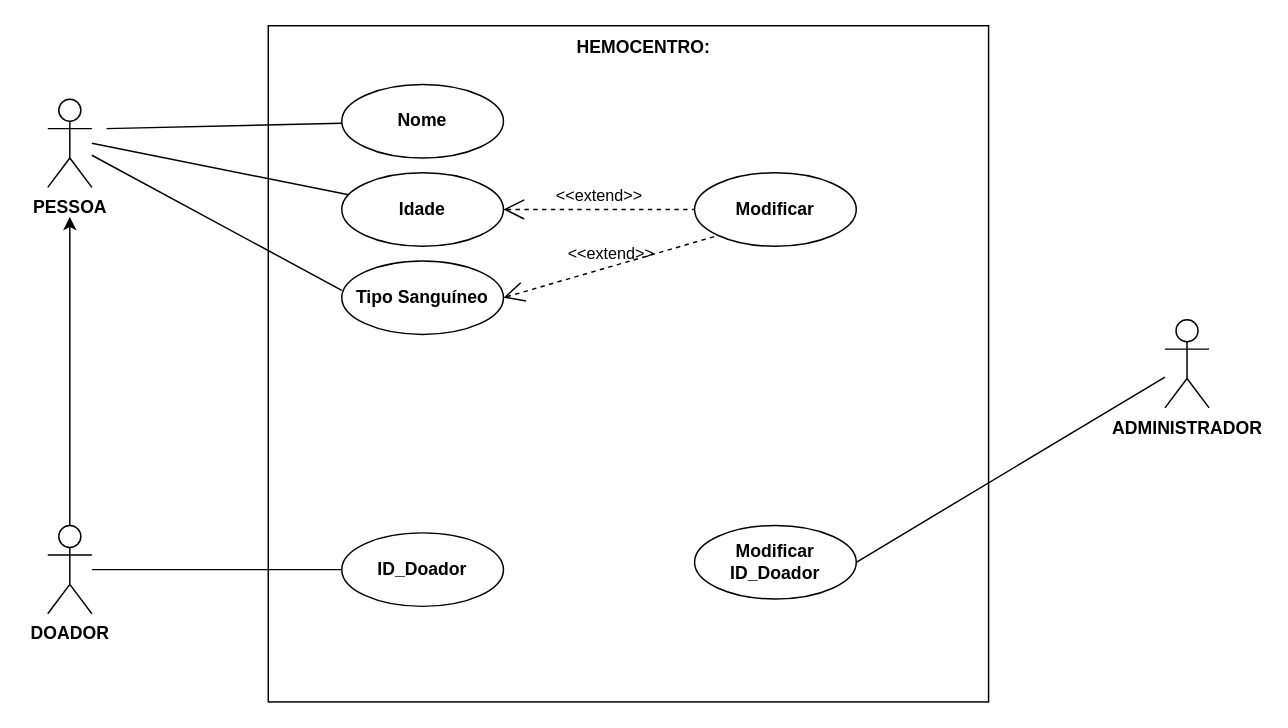
Before: UML.drawio in Geraldinhozinho/Alana-e-Geraldo, a draw.io diagram. Source tidied: cells renumbered, new cells numbered last; positions are measured from the earlier drawing's top-left corner, leaving out a move shared by most shapes. Both pictures are drawn from the tidied source at 147%, with x=0, y=0 at pixel (47, 25).
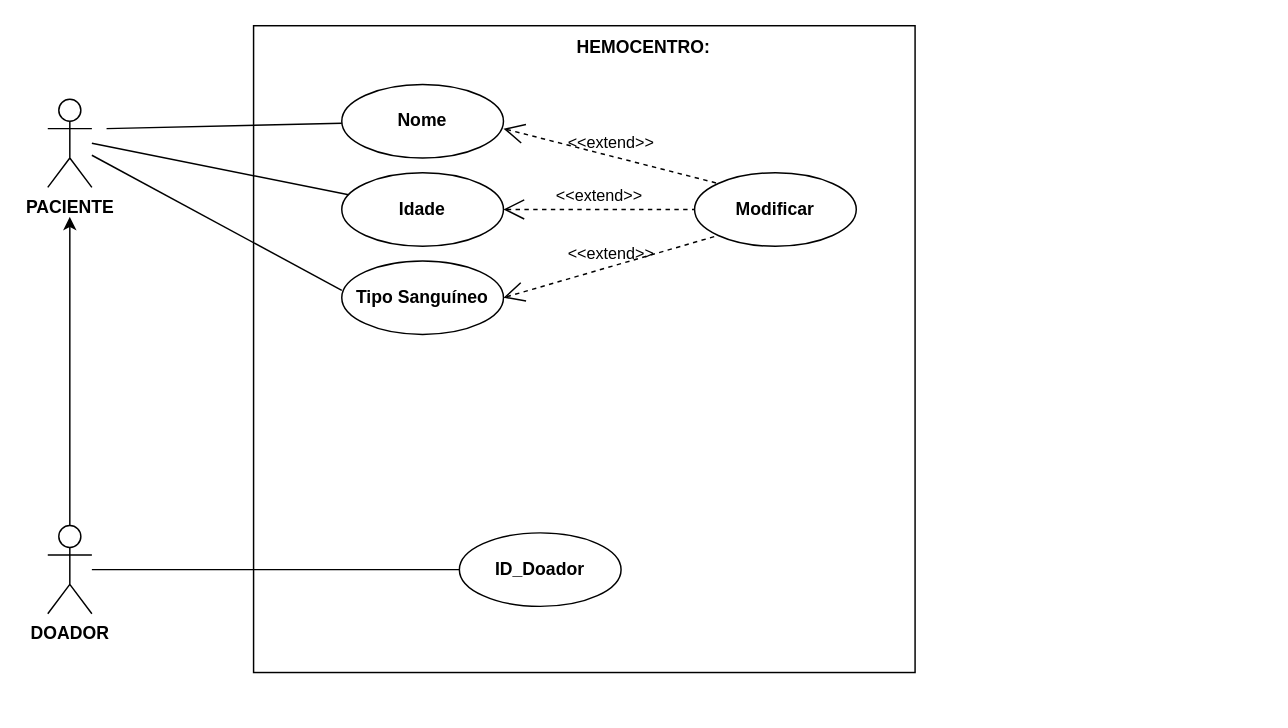
The same page after the edit.

Commit message:
MODIFIQUEI O ID DO DOADOR

UML.drawio

Unchanged cells that the change refers to:
```xml
<mxCell id="14" value="&lt;b&gt;Modificar&lt;/b&gt;" style="ellipse;whiteSpace=wrap;html=1;" parent="1" vertex="1">
  <mxGeometry x="440" y="100" width="110" height="50" as="geometry" />
</mxCell>
```

Diff of the diagram source:
```diff
@@
     <mxCell id="2" style="rounded=0;whiteSpace=wrap;html=1;fillColor=none;" parent="1" vertex="1">
-      <mxGeometry x="150" width="490" height="460" as="geometry" />
+      <mxGeometry x="140" width="450" height="440" as="geometry" />
     </mxCell>
-    <mxCell id="3" value="&lt;b&gt;PESSOA&lt;/b&gt;" style="shape=umlActor;verticalLabelPosition=bottom;verticalAlign=top;html=1;outlineConnect=0;" parent="1" vertex="1">
+    <mxCell id="3" value="&lt;b&gt;PACIENTE&lt;/b&gt;" style="shape=umlActor;verticalLabelPosition=bottom;verticalAlign=top;html=1;outlineConnect=0;" parent="1" vertex="1">
       <mxGeometry y="50" width="30" height="60" as="geometry" />
     </mxCell>
@@
     <mxCell id="12" value="&lt;b&gt;ID_Doador&lt;/b&gt;" style="ellipse;whiteSpace=wrap;html=1;" parent="1" vertex="1">
-      <mxGeometry x="200" y="345" width="110" height="50" as="geometry" />
+      <mxGeometry x="280" y="345" width="110" height="50" as="geometry" />
     </mxCell>
@@
-    <mxCell id="17" value="&lt;b&gt;ADMINISTRADOR&lt;/b&gt;" style="shape=umlActor;verticalLabelPosition=bottom;verticalAlign=top;html=1;outlineConnect=0;" parent="1" vertex="1">
-      <mxGeometry x="760" y="200" width="30" height="60" as="geometry" />
-    </mxCell>
@@
-    <mxCell id="19" style="endArrow=none;html=1;exitX=1;exitY=0.5;exitDx=0;exitDy=0;" parent="1" edge="1" source="20" target="17">
-      <mxGeometry relative="1" as="geometry" />
-    </mxCell>
-    <mxCell id="20" value="&lt;b&gt;Modificar ID_Doador&lt;/b&gt;" style="ellipse;whiteSpace=wrap;html=1;" parent="1" vertex="1">
-      <mxGeometry x="440" y="340" width="110" height="50" as="geometry" />
+    <mxCell id="20" value="&amp;lt;&amp;lt;extend&amp;gt;&amp;gt;" style="edgeStyle=none;html=1;startArrow=open;endArrow=none;startSize=12;verticalAlign=bottom;dashed=1;labelBackgroundColor=none;entryX=0;entryY=0;entryDx=0;entryDy=0;" parent="1" edge="1" target="14">
+      <mxGeometry relative="1" as="geometry">
+        <mxPoint x="310" y="70" as="sourcePoint" />
+      </mxGeometry>
     </mxCell>
```
